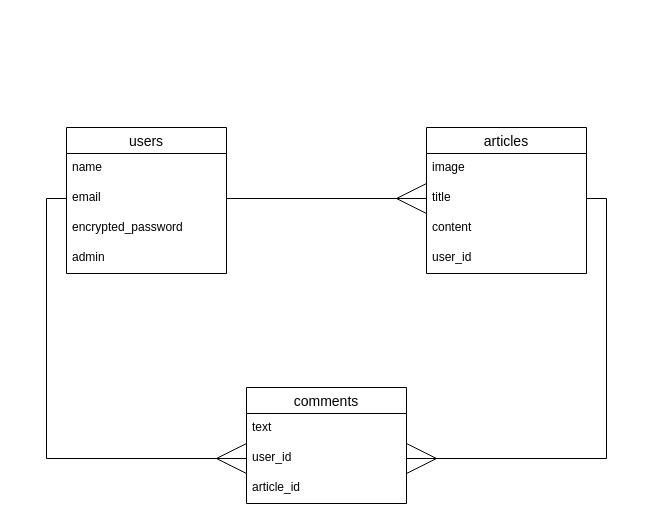
atsushikitamura/article_app keeps this draw.io diagram as er.dio. Above is the earlier version. Source tidied: cells renumbered, new cells numbered last; positions are measured from the earlier drawing's top-left corner, leaving out a move shared by most shapes. Both pictures are drawn from the tidied source at 100%, with x=0, y=0 at pixel (66, 127).
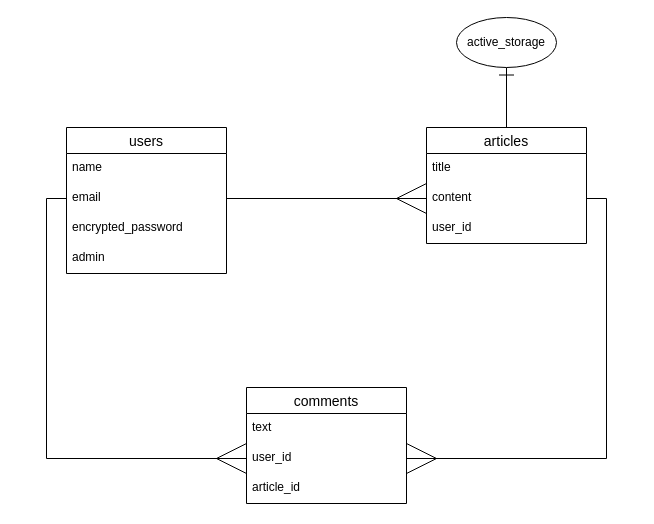
After the change.

Diff of the diagram source:
```diff
@@
 <mxGraphModel>
   <root>
     <mxCell id="0" />
     <mxCell id="1" parent="0" />
     <mxCell id="2" value="users" style="swimlane;fontStyle=0;horizontal=1;startSize=26;align=center;fontSize=14;" parent="1" vertex="1">
       <mxGeometry width="160" height="146" as="geometry" />
     </mxCell>
     <mxCell id="3" value="name" style="text;strokeColor=none;fillColor=none;spacingLeft=4;spacingRight=4;overflow=hidden;fontSize=12;" parent="2" vertex="1">
       <mxGeometry y="26" width="160" height="30" as="geometry" />
     </mxCell>
     <mxCell id="4" value="email" style="text;strokeColor=none;fillColor=none;spacingLeft=4;spacingRight=4;overflow=hidden;points=[[0,0.5],[1,0.5]];portConstraint=eastwest;fontSize=12;" parent="2" vertex="1">
       <mxGeometry y="56" width="160" height="30" as="geometry" />
     </mxCell>
     <mxCell id="5" value="encrypted_password" style="text;strokeColor=none;fillColor=none;spacingLeft=4;spacingRight=4;overflow=hidden;fontSize=12;" parent="2" vertex="1">
       <mxGeometry y="86" width="160" height="30" as="geometry" />
     </mxCell>
     <mxCell id="6" value="admin" style="text;strokeColor=none;fillColor=none;spacingLeft=4;spacingRight=4;overflow=hidden;fontSize=12;" parent="2" vertex="1">
       <mxGeometry y="116" width="160" height="30" as="geometry" />
     </mxCell>
     <mxCell id="7" value="articles" style="swimlane;fontStyle=0;horizontal=1;startSize=26;align=center;fontSize=14;" parent="1" vertex="1">
-      <mxGeometry x="360" width="160" height="146" as="geometry" />
+      <mxGeometry x="360" width="160" height="116" as="geometry" />
     </mxCell>
-    <mxCell id="8" value="image" style="text;strokeColor=none;fillColor=none;spacingLeft=4;spacingRight=4;overflow=hidden;fontSize=12;" parent="7" vertex="1">
-      <mxGeometry y="26" width="160" height="30" as="geometry" />
-    </mxCell>
     <mxCell id="9" value="title" style="text;strokeColor=none;fillColor=none;spacingLeft=4;spacingRight=4;overflow=hidden;points=[[0,0.5],[1,0.5]];portConstraint=eastwest;fontSize=12;" parent="7" vertex="1">
-      <mxGeometry y="56" width="160" height="30" as="geometry" />
+      <mxGeometry y="26" width="160" height="30" as="geometry" />
     </mxCell>
     <mxCell id="10" value="content" style="text;strokeColor=none;fillColor=none;spacingLeft=4;spacingRight=4;overflow=hidden;points=[[0,0.5],[1,0.5]];portConstraint=eastwest;fontSize=12;" parent="7" vertex="1">
-      <mxGeometry y="86" width="160" height="30" as="geometry" />
+      <mxGeometry y="56" width="160" height="30" as="geometry" />
     </mxCell>
     <mxCell id="11" value="user_id" style="text;strokeColor=none;fillColor=none;spacingLeft=4;spacingRight=4;overflow=hidden;fontSize=12;" parent="7" vertex="1">
-      <mxGeometry y="116" width="160" height="30" as="geometry" />
+      <mxGeometry y="86" width="160" height="30" as="geometry" />
     </mxCell>
     <mxCell id="12" value="comments" style="swimlane;fontStyle=0;horizontal=1;startSize=26;align=center;fontSize=14;" parent="1" vertex="1">
       <mxGeometry x="180" y="260" width="160" height="116" as="geometry" />
     </mxCell>
     <mxCell id="13" value="text" style="text;strokeColor=none;fillColor=none;spacingLeft=4;spacingRight=4;overflow=hidden;fontSize=12;" parent="12" vertex="1">
       <mxGeometry y="26" width="160" height="30" as="geometry" />
     </mxCell>
     <mxCell id="14" value="user_id" style="text;strokeColor=none;fillColor=none;spacingLeft=4;spacingRight=4;overflow=hidden;points=[[0,0.5],[1,0.5]];portConstraint=eastwest;fontSize=12;" parent="12" vertex="1">
       <mxGeometry y="56" width="160" height="30" as="geometry" />
     </mxCell>
     <mxCell id="15" value="article_id" style="text;strokeColor=none;fillColor=none;spacingLeft=4;spacingRight=4;overflow=hidden;fontSize=12;" parent="12" vertex="1">
       <mxGeometry y="86" width="160" height="30" as="geometry" />
     </mxCell>
-    <mxCell id="16" style="edgeStyle=orthogonalEdgeStyle;rounded=0;jettySize=auto;html=1;exitX=1;exitY=0.5;exitDx=0;exitDy=0;entryX=0;entryY=0.5;entryDx=0;entryDy=0;endArrow=ERmany;endFill=0;endSize=28;" parent="1" edge="1" source="4" target="9">
-      <mxGeometry relative="1" as="geometry" />
-    </mxCell>
-    <mxCell id="17" style="edgeStyle=orthogonalEdgeStyle;rounded=0;jettySize=auto;html=1;exitX=1;exitY=0.5;exitDx=0;exitDy=0;entryX=1;entryY=0.5;entryDx=0;entryDy=0;endArrow=ERmany;endFill=0;endSize=28;" parent="1" edge="1" source="9" target="14">
-      <mxGeometry relative="1" as="geometry" />
-    </mxCell>
     <mxCell id="18" style="edgeStyle=orthogonalEdgeStyle;rounded=0;jettySize=auto;html=1;exitX=0;exitY=0.5;exitDx=0;exitDy=0;entryX=0;entryY=0.5;entryDx=0;entryDy=0;endArrow=ERmany;endFill=0;endSize=28;" parent="1" edge="1" source="4" target="14">
       <mxGeometry relative="1" as="geometry" />
     </mxCell>
+    <mxCell id="19" style="edgeStyle=orthogonalEdgeStyle;rounded=0;jettySize=auto;html=1;exitX=1;exitY=0.5;exitDx=0;exitDy=0;entryX=0;entryY=0.5;entryDx=0;entryDy=0;endArrow=ERmany;endFill=0;endSize=28;" parent="1" edge="1" source="4" target="10">
+      <mxGeometry relative="1" as="geometry" />
+    </mxCell>
+    <mxCell id="20" style="edgeStyle=orthogonalEdgeStyle;rounded=0;jettySize=auto;html=1;exitX=1;exitY=0.5;exitDx=0;exitDy=0;entryX=1;entryY=0.5;entryDx=0;entryDy=0;endArrow=ERmany;endFill=0;endSize=28;" parent="1" edge="1" source="10" target="14">
+      <mxGeometry relative="1" as="geometry" />
+    </mxCell>
+    <mxCell id="21" style="edgeStyle=orthogonalEdgeStyle;rounded=0;jettySize=auto;html=1;exitX=0.5;exitY=1;exitDx=0;exitDy=0;entryX=0.5;entryY=0;entryDx=0;entryDy=0;endArrow=none;endFill=0;startArrow=ERone;startFill=0;strokeWidth=1;endSize=14;startSize=13;" parent="1" edge="1" source="22" target="7">
+      <mxGeometry relative="1" as="geometry" />
+    </mxCell>
+    <mxCell id="22" value="active_storage" style="ellipse;whiteSpace=wrap;html=1;align=center;" parent="1" vertex="1">
+      <mxGeometry x="390" y="-110" width="100" height="50" as="geometry" />
+    </mxCell>
   </root>
 </mxGraphModel>
```
